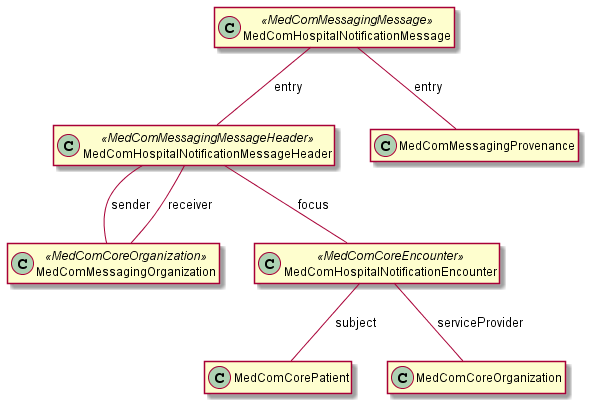
medcomdk/dk-medcom-hospitalnotification keeps this PlantUML diagram as input/images/hospitalnotification/HospitalNotification.png. Above is the earlier version.
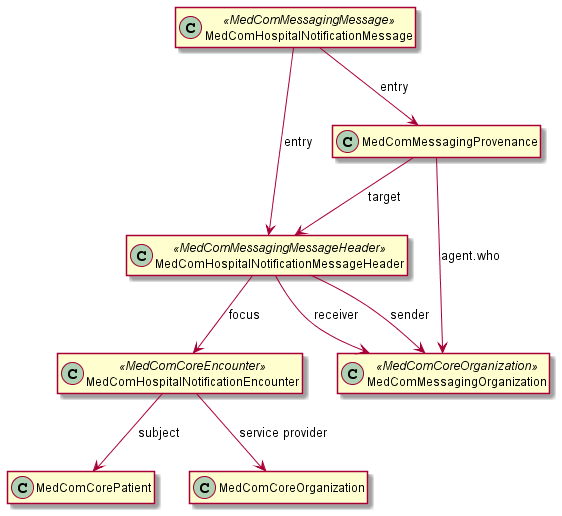
After the commit.

What changed in the source:
```diff
@@ -10,13 +10,15 @@
 class "MedComMessagingProvenance" as provenance
 class "MedComCoreOrganization" as serviceProvider
 
-message -- messageHeader : "entry"
-messageHeader -- encounter : "focus"
-encounter -- patient : "subject"
-encounter -- serviceProvider : "serviceProvider"
-message -- provenance : "entry"
+message --> messageHeader : "entry"
+messageHeader --> encounter : "focus"
+encounter --> patient : "subject"
+encounter --> serviceProvider : "service provider"
+message --> provenance : "entry"
+provenance --> messageHeader : "target"
+provenance --> organization : "agent.who"
 
-messageHeader -- organization : "sender"
-messageHeader -- organization : "receiver"
+messageHeader --> organization : "sender"
+messageHeader --> organization : "receiver"
 
 @enduml
```
